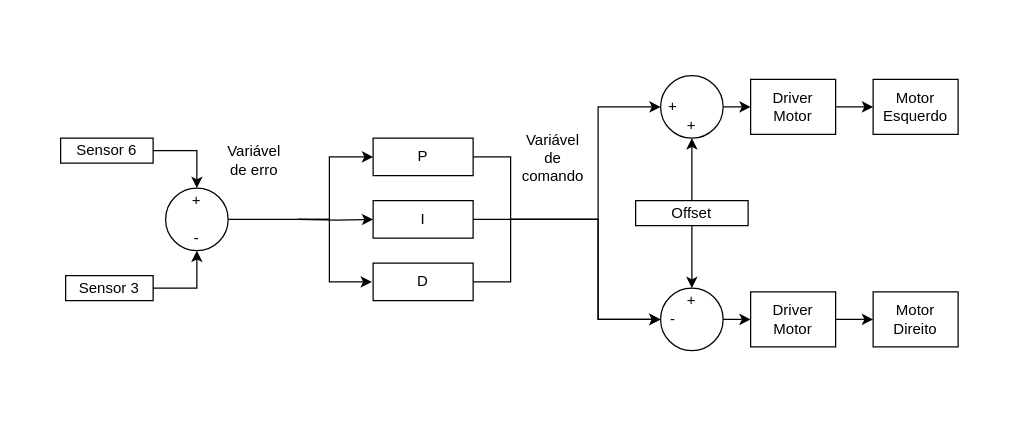
Before: 03Flowcharts/PID/DiagramaPID.drawio in LPI-2020/DWR-19, a draw.io diagram. Source tidied: cells renumbered, new cells numbered last; positions are measured from the earlier drawing's top-left corner, leaving out a move shared by most shapes. Both pictures are drawn from the tidied source at 125%, with x=0, y=0 at pixel (60, 75).
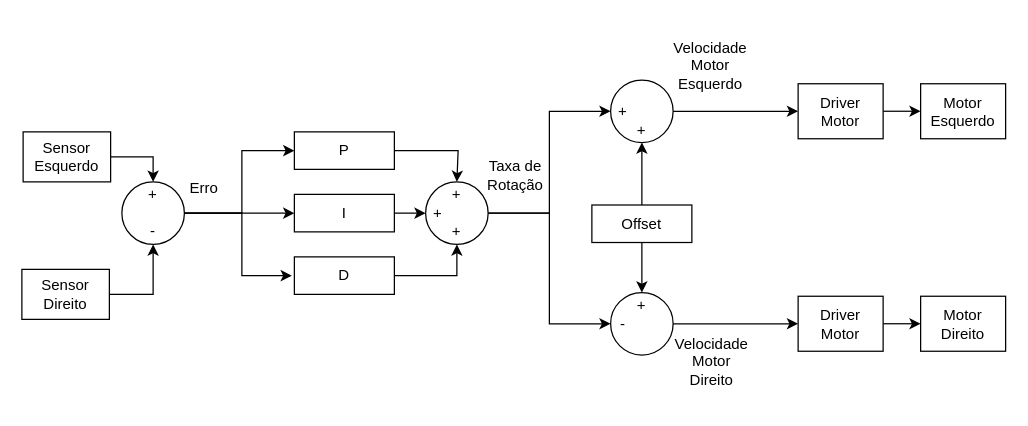
The same page after the edit.

The change refers to these unchanged cells:
```xml
<mxCell id="14" style="ellipse;whiteSpace=wrap;html=1;" parent="13" vertex="1">
  <mxGeometry x="10" width="50" height="50" as="geometry" />
</mxCell>
<mxCell id="23" value="+" style="text;html=1;strokeColor=none;fillColor=none;align=center;verticalAlign=middle;whiteSpace=wrap;rounded=0;" parent="21" vertex="1">
  <mxGeometry x="10" y="15" width="20" height="20" as="geometry" />
</mxCell>
<mxCell id="27" value="-" style="text;html=1;strokeColor=none;fillColor=none;align=center;verticalAlign=middle;whiteSpace=wrap;rounded=0;" parent="25" vertex="1">
  <mxGeometry x="10" y="15" width="20" height="20" as="geometry" />
</mxCell>
```

Change to the diagram source:
```diff
@@
-    <mxCell id="2" style="edgeStyle=orthogonalEdgeStyle;rounded=0;jettySize=auto;html=1;entryX=0;entryY=0.5;entryDx=0;entryDy=0;" parent="1" edge="1" source="5" target="27">
-      <mxGeometry relative="1" as="geometry">
-        <Array as="points">
-          <mxPoint x="360" y="165" />
-          <mxPoint x="360" y="115" />
-          <mxPoint x="430" y="115" />
-          <mxPoint x="430" y="195" />
-        </Array>
-      </mxGeometry>
-    </mxCell>
-    <mxCell id="3" style="edgeStyle=orthogonalEdgeStyle;rounded=0;jettySize=auto;html=1;entryX=0;entryY=0.5;entryDx=0;entryDy=0;" parent="1" edge="1" source="6" target="27">
-      <mxGeometry relative="1" as="geometry">
-        <Array as="points">
-          <mxPoint x="430" y="115" />
-          <mxPoint x="430" y="195" />
-        </Array>
-      </mxGeometry>
-    </mxCell>
-    <mxCell id="4" style="edgeStyle=orthogonalEdgeStyle;rounded=0;jettySize=auto;html=1;entryX=0;entryY=0.5;entryDx=0;entryDy=0;" parent="1" edge="1" source="7" target="23">
-      <mxGeometry relative="1" as="geometry">
-        <Array as="points">
-          <mxPoint x="360" y="65" />
-          <mxPoint x="360" y="115" />
-          <mxPoint x="430" y="115" />
-          <mxPoint x="430" y="25" />
-        </Array>
-      </mxGeometry>
-    </mxCell>
+    <mxCell id="40" style="edgeStyle=orthogonalEdgeStyle;rounded=0;jettySize=auto;html=1;entryX=0.5;entryY=1;entryDx=0;entryDy=0;" parent="1" edge="1" source="5" target="46">
+      <mxGeometry relative="1" as="geometry" />
+    </mxCell>
     <mxCell id="5" value="D" style="rounded=0;whiteSpace=wrap;html=1;" parent="1" vertex="1">
-      <mxGeometry x="250" y="150" width="80" height="30" as="geometry" />
+      <mxGeometry x="187" y="145" width="80" height="30" as="geometry" />
     </mxCell>
+    <mxCell id="41" style="edgeStyle=orthogonalEdgeStyle;rounded=0;jettySize=auto;html=1;entryX=0;entryY=0.5;entryDx=0;entryDy=0;" parent="1" edge="1" source="6" target="45">
+      <mxGeometry relative="1" as="geometry" />
+    </mxCell>
     <mxCell id="6" value="I" style="rounded=0;whiteSpace=wrap;html=1;" parent="1" vertex="1">
-      <mxGeometry x="250" y="100" width="80" height="30" as="geometry" />
+      <mxGeometry x="187" y="95" width="80" height="30" as="geometry" />
     </mxCell>
+    <mxCell id="42" style="edgeStyle=orthogonalEdgeStyle;rounded=0;jettySize=auto;html=1;entryX=0.5;entryY=0;entryDx=0;entryDy=0;" parent="1" edge="1" source="7" target="47">
+      <mxGeometry relative="1" as="geometry">
+        <Array as="points">
+          <mxPoint x="318" y="60" />
+          <mxPoint x="318" y="85" />
+        </Array>
+      </mxGeometry>
+    </mxCell>
     <mxCell id="7" value="P" style="rounded=0;whiteSpace=wrap;html=1;" parent="1" vertex="1">
-      <mxGeometry x="250" y="50" width="80" height="30" as="geometry" />
+      <mxGeometry x="187" y="45" width="80" height="30" as="geometry" />
     </mxCell>
-    <mxCell id="8" style="edgeStyle=orthogonalEdgeStyle;rounded=0;jettySize=auto;html=1;entryX=0;entryY=0.5;entryDx=0;entryDy=0;" parent="1" edge="1" target="7">
-      <mxGeometry relative="1" as="geometry">
-        <mxPoint x="190" y="115" as="sourcePoint" />
-        <Array as="points">
-          <mxPoint x="215" y="115" />
-          <mxPoint x="215" y="65" />
-        </Array>
-      </mxGeometry>
-    </mxCell>
-    <mxCell id="9" style="edgeStyle=orthogonalEdgeStyle;rounded=0;jettySize=auto;html=1;entryX=0;entryY=0.5;entryDx=0;entryDy=0;" parent="1" edge="1" target="6">
-      <mxGeometry relative="1" as="geometry">
-        <mxPoint x="190" y="115" as="sourcePoint" />
-      </mxGeometry>
-    </mxCell>
-    <mxCell id="10" style="edgeStyle=orthogonalEdgeStyle;rounded=0;orthogonalLoop=1;jettySize=auto;html=1;entryX=0;entryY=0.5;entryDx=0;entryDy=0;" parent="1" edge="1">
-      <mxGeometry relative="1" as="geometry">
-        <mxPoint x="134" y="115" as="sourcePoint" />
-        <mxPoint x="249" y="165" as="targetPoint" />
-        <Array as="points">
-          <mxPoint x="215" y="115" />
-          <mxPoint x="215" y="165" />
-        </Array>
-      </mxGeometry>
-    </mxCell>
-    <mxCell id="11" value="Variável de comando" style="text;html=1;strokeColor=none;fillColor=none;align=center;verticalAlign=middle;whiteSpace=wrap;rounded=0;direction=south;" parent="1" vertex="1">
-      <mxGeometry x="372" y="31" width="44" height="70" as="geometry" />
+    <mxCell id="11" value="Velocidade Motor Esquerdo" style="text;html=1;strokeColor=none;fillColor=none;align=center;verticalAlign=middle;whiteSpace=wrap;rounded=0;direction=south;" parent="1" vertex="1">
+      <mxGeometry x="498" y="-43.5" width="44" height="70" as="geometry" />
     </mxCell>
-    <mxCell id="12" value="Variável de erro" style="text;html=1;strokeColor=none;fillColor=none;align=center;verticalAlign=middle;whiteSpace=wrap;rounded=0;direction=south;" parent="1" vertex="1">
-      <mxGeometry x="145" y="22.5" width="20" height="90" as="geometry" />
+    <mxCell id="12" value="Erro" style="text;html=1;strokeColor=none;fillColor=none;align=center;verticalAlign=middle;whiteSpace=wrap;rounded=0;direction=south;" parent="1" vertex="1">
+      <mxGeometry x="105" y="45" width="20" height="90" as="geometry" />
     </mxCell>
     <mxCell id="13" style="group;" parent="1" vertex="1">
-      <mxGeometry x="74" y="90" width="60" height="50" as="geometry" />
+      <mxGeometry x="39" y="85" width="60" height="50" as="geometry" />
     </mxCell>
@@
-    <mxCell id="18" value="Sensor 6" style="text;html=1;fillColor=none;align=center;verticalAlign=middle;whiteSpace=wrap;rounded=0;strokeColor=#000000;" parent="1" vertex="1">
-      <mxGeometry y="50" width="74" height="20" as="geometry" />
+    <mxCell id="18" value="Sensor&lt;br&gt;Esquerdo" style="text;html=1;fillColor=none;align=center;verticalAlign=middle;whiteSpace=wrap;rounded=0;strokeColor=#000000;" parent="1" vertex="1">
+      <mxGeometry x="-30" y="45" width="70" height="40" as="geometry" />
     </mxCell>
@@
-    <mxCell id="20" value="Sensor 3" style="text;html=1;fillColor=none;align=center;verticalAlign=middle;whiteSpace=wrap;rounded=0;strokeColor=#000000;" parent="1" vertex="1">
-      <mxGeometry x="4" y="160" width="70" height="20" as="geometry" />
+    <mxCell id="20" value="Sensor Direito" style="text;html=1;fillColor=none;align=center;verticalAlign=middle;whiteSpace=wrap;rounded=0;strokeColor=#000000;" parent="1" vertex="1">
+      <mxGeometry x="-31" y="155" width="70" height="40" as="geometry" />
     </mxCell>
     <mxCell id="21" style="group;" parent="1" vertex="1">
-      <mxGeometry x="470" width="60" height="50" as="geometry" />
+      <mxGeometry x="430" y="3.5" width="60" height="50" as="geometry" />
     </mxCell>
@@
     <mxCell id="25" style="group;" parent="1" vertex="1">
-      <mxGeometry x="470" y="170" width="60" height="50" as="geometry" />
+      <mxGeometry x="430" y="173.5" width="60" height="50" as="geometry" />
     </mxCell>
@@
     <mxCell id="31" value="Offset" style="text;html=1;align=center;verticalAlign=middle;whiteSpace=wrap;rounded=0;strokeColor=#000000;" parent="1" vertex="1">
-      <mxGeometry x="460" y="100" width="90" height="20" as="geometry" />
+      <mxGeometry x="425" y="103.5" width="80" height="30" as="geometry" />
     </mxCell>
@@
     <mxCell id="33" value="Driver&lt;br&gt;Motor" style="rounded=0;whiteSpace=wrap;html=1;" parent="1" vertex="1">
-      <mxGeometry x="552" y="3" width="68" height="44" as="geometry" />
+      <mxGeometry x="590" y="6.5" width="68" height="44" as="geometry" />
     </mxCell>
@@
     <mxCell id="36" value="Driver&lt;br&gt;Motor" style="rounded=0;whiteSpace=wrap;html=1;" parent="1" vertex="1">
-      <mxGeometry x="552" y="173" width="68" height="44" as="geometry" />
+      <mxGeometry x="590" y="176.5" width="68" height="44" as="geometry" />
     </mxCell>
@@
     <mxCell id="38" value="Motor&lt;br&gt;Esquerdo" style="rounded=0;whiteSpace=wrap;html=1;" parent="1" vertex="1">
-      <mxGeometry x="650" y="3" width="68" height="44" as="geometry" />
+      <mxGeometry x="688" y="6.5" width="68" height="44" as="geometry" />
     </mxCell>
     <mxCell id="39" value="Motor&lt;br&gt;Direito" style="rounded=0;whiteSpace=wrap;html=1;" parent="1" vertex="1">
-      <mxGeometry x="650" y="173" width="68" height="44" as="geometry" />
+      <mxGeometry x="688" y="176.5" width="68" height="44" as="geometry" />
     </mxCell>
+    <mxCell id="43" style="group;" parent="1" vertex="1">
+      <mxGeometry x="292" y="85" width="50" height="50" as="geometry" />
+    </mxCell>
+    <mxCell id="44" style="ellipse;whiteSpace=wrap;html=1;" parent="43" vertex="1">
+      <mxGeometry width="50" height="50" as="geometry" />
+    </mxCell>
+    <mxCell id="45" value="+" style="text;html=1;strokeColor=none;fillColor=none;align=center;verticalAlign=middle;whiteSpace=wrap;rounded=0;" parent="43" vertex="1">
+      <mxGeometry y="15" width="20" height="20" as="geometry" />
+    </mxCell>
+    <mxCell id="46" value="+" style="text;html=1;strokeColor=none;fillColor=none;align=center;verticalAlign=middle;whiteSpace=wrap;rounded=0;" parent="43" vertex="1">
+      <mxGeometry x="5" y="30" width="40" height="20" as="geometry" />
+    </mxCell>
+    <mxCell id="47" value="+" style="text;html=1;strokeColor=none;fillColor=none;align=center;verticalAlign=middle;whiteSpace=wrap;rounded=0;" parent="43" vertex="1">
+      <mxGeometry x="15" width="20" height="20" as="geometry" />
+    </mxCell>
+    <mxCell id="48" value="Velocidade Motor Direito" style="text;html=1;strokeColor=none;fillColor=none;align=center;verticalAlign=middle;whiteSpace=wrap;rounded=0;direction=south;" parent="1" vertex="1">
+      <mxGeometry x="499" y="193.5" width="44" height="70" as="geometry" />
+    </mxCell>
+    <mxCell id="49" value="Taxa de Rotação" style="text;html=1;strokeColor=none;fillColor=none;align=center;verticalAlign=middle;whiteSpace=wrap;rounded=0;direction=south;" parent="1" vertex="1">
+      <mxGeometry x="342" y="45" width="44" height="70" as="geometry" />
+    </mxCell>
+    <mxCell id="50" style="edgeStyle=orthogonalEdgeStyle;rounded=0;jettySize=auto;html=1;entryX=0;entryY=0.5;entryDx=0;entryDy=0;" parent="1" edge="1" source="14" target="7">
+      <mxGeometry relative="1" as="geometry">
+        <Array as="points">
+          <mxPoint x="145" y="110" />
+          <mxPoint x="145" y="60" />
+        </Array>
+      </mxGeometry>
+    </mxCell>
+    <mxCell id="51" style="edgeStyle=orthogonalEdgeStyle;rounded=0;jettySize=auto;html=1;exitX=1;exitY=0.5;exitDx=0;exitDy=0;" parent="1" edge="1" source="14" target="6">
+      <mxGeometry relative="1" as="geometry" />
+    </mxCell>
+    <mxCell id="52" style="edgeStyle=orthogonalEdgeStyle;rounded=0;jettySize=auto;html=1;" parent="1" edge="1" source="14">
+      <mxGeometry relative="1" as="geometry">
+        <mxPoint x="185" y="160" as="targetPoint" />
+        <Array as="points">
+          <mxPoint x="145" y="110" />
+          <mxPoint x="145" y="160" />
+        </Array>
+      </mxGeometry>
+    </mxCell>
+    <mxCell id="53" style="edgeStyle=orthogonalEdgeStyle;rounded=0;jettySize=auto;html=1;exitX=1;exitY=0.5;exitDx=0;exitDy=0;entryX=0;entryY=0.5;entryDx=0;entryDy=0;" parent="1" edge="1" source="44" target="23">
+      <mxGeometry relative="1" as="geometry" />
+    </mxCell>
+    <mxCell id="54" style="edgeStyle=orthogonalEdgeStyle;rounded=0;jettySize=auto;html=1;exitX=1;exitY=0.5;exitDx=0;exitDy=0;entryX=0;entryY=0.5;entryDx=0;entryDy=0;" parent="1" edge="1" source="44" target="27">
+      <mxGeometry relative="1" as="geometry" />
+    </mxCell>
```
